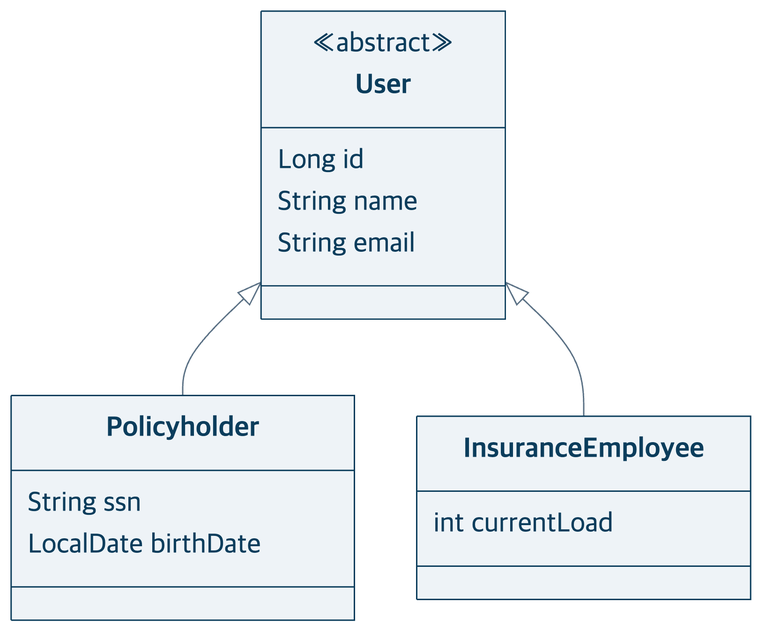
Earlier version of the Mermaid export docs/presentation/diagrams/clusters/user-code.png (heyoonyoon/distributed-programming). Its source is kept beside it as docs/presentation/diagrams/clusters/user-code.mmd.
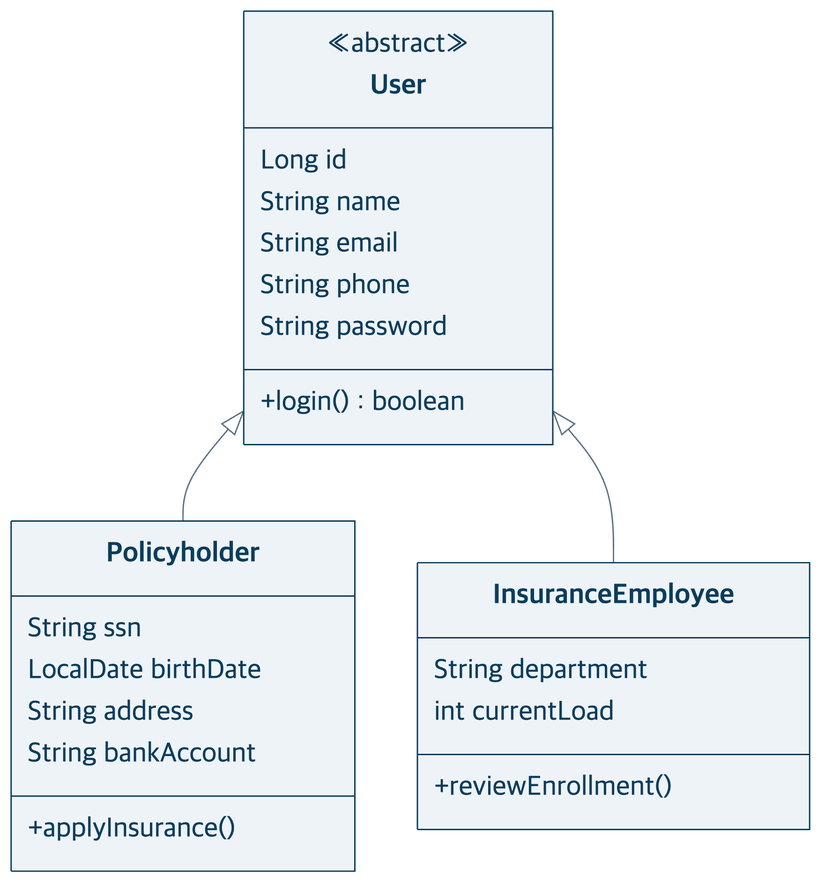
After the commit.

Change to the diagram source:
```diff
@@ -5,13 +5,21 @@
   Long id
   String name
   String email
+  String phone
+  String password
+  +login() boolean
 }
 class Policyholder {
   String ssn
   LocalDate birthDate
+  String address
+  String bankAccount
+  +applyInsurance()
 }
 class InsuranceEmployee {
+  String department
   int currentLoad
+  +reviewEnrollment()
 }
 User <|-- Policyholder
 User <|-- InsuranceEmployee
```
